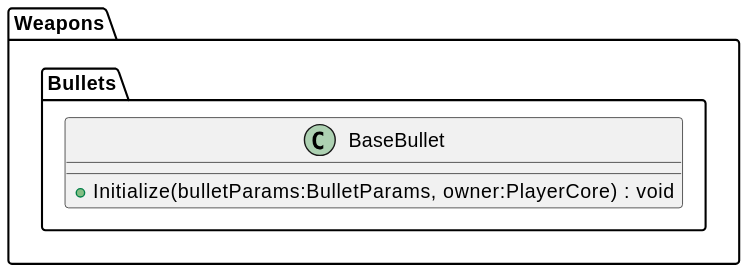
asterisk-cn/RougueShooter keeps this PlantUML diagram as plantuml/out/Weapon/Bullet/BaseBullet.svg. Above is the earlier version.
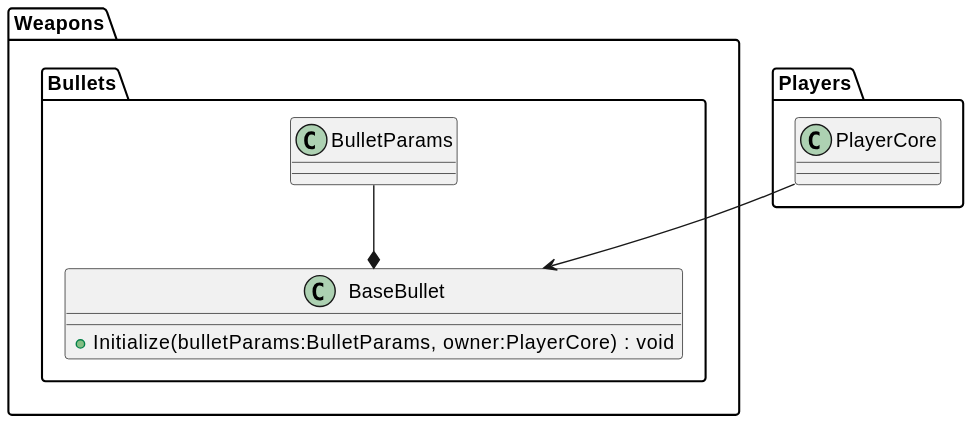
The same diagram one commit later.

Change to the diagram source:
```diff
@@ -4,4 +4,6 @@
     + Initialize(bulletParams:BulletParams, owner:PlayerCore) : void
 }
 }
+Players.PlayerCore --> BaseBullet
+Weapons.Bullets.BulletParams --* BaseBullet
 @enduml
```
